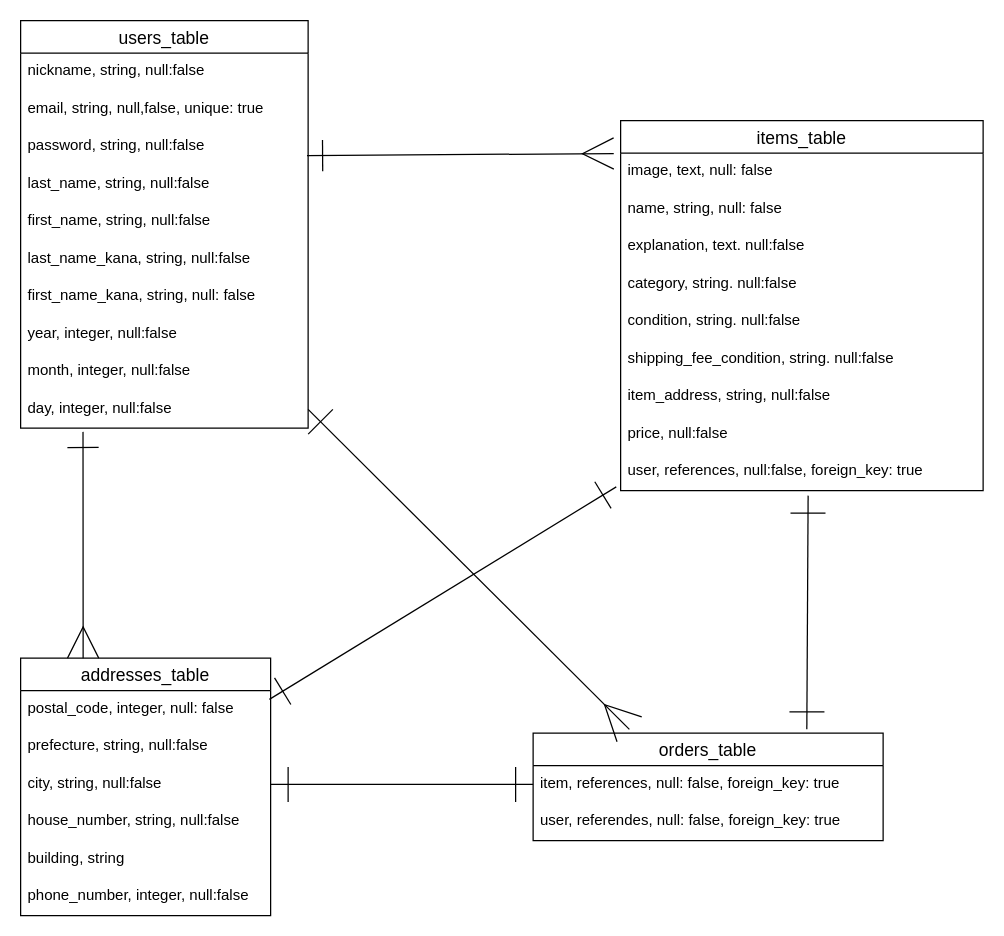
Before: database_config.dio in Shinichi-Sonoda/furima-37901, a draw.io diagram. Source tidied: cells renumbered, new cells numbered last; positions are measured from the earlier drawing's top-left corner, leaving out a move shared by most shapes. Both pictures are drawn from the tidied source at 125%, with x=0, y=0 at pixel (20, 20).
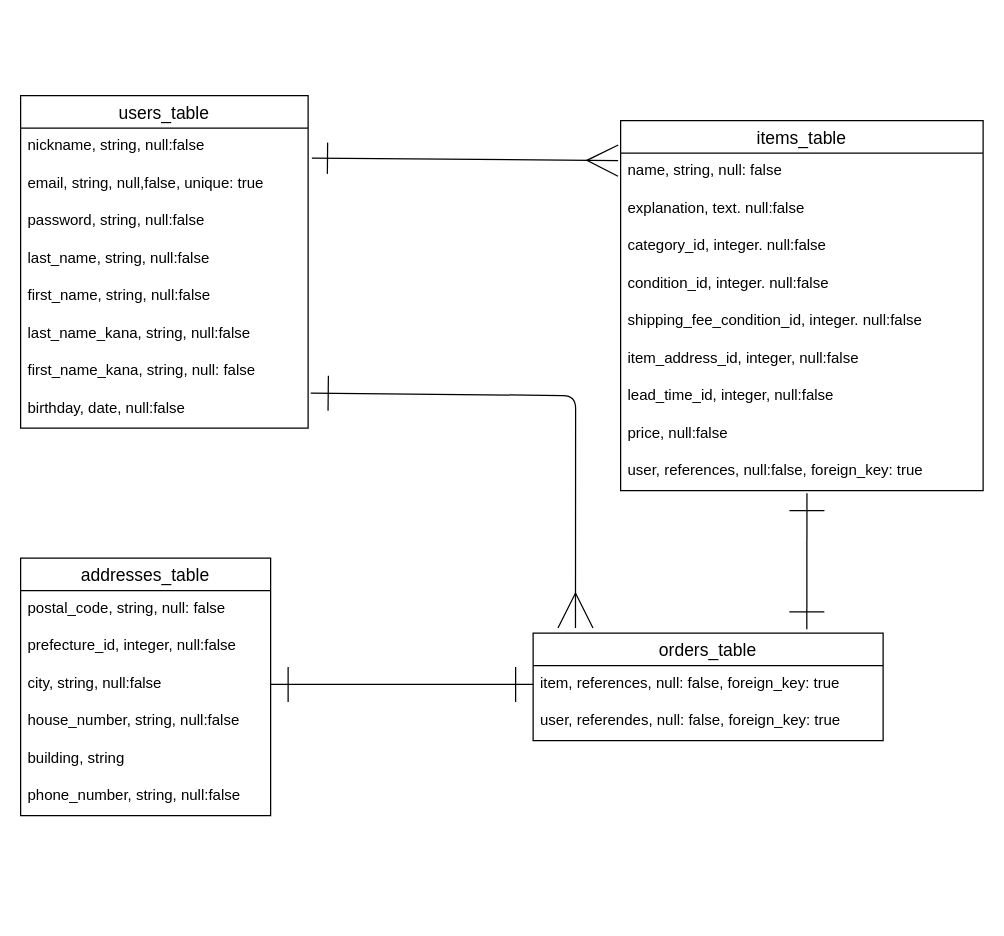
The same diagram, later.

Commit message (it also covers changes not shown here):
データベース設計再修正

Unchanged cells that the change refers to:
```xml
<mxCell id="5" value="password, string, null:false" style="text;strokeColor=none;fillColor=none;spacingLeft=4;spacingRight=4;overflow=hidden;points=[[0,0.5],[1,0.5]];portConstraint=eastwest;fontSize=12;" parent="2" vertex="1">
  <mxGeometry y="86" width="230" height="30" as="geometry" />
</mxCell>
<mxCell id="13" value="items_table" style="swimlane;fontStyle=0;horizontal=1;startSize=26;align=center;fontSize=14;labelBackgroundColor=default;" parent="1" vertex="1">
  <mxGeometry x="480" y="80" width="290" height="296" as="geometry" />
</mxCell>
<mxCell id="22" value="user, references, null:false, foreign_key: true" style="text;strokeColor=none;fillColor=none;spacingLeft=4;spacingRight=4;overflow=hidden;points=[[0,0.5],[1,0.5]];portConstraint=eastwest;fontSize=12;labelBackgroundColor=default;" parent="13" vertex="1">
  <mxGeometry y="266" width="290" height="30" as="geometry" />
</mxCell>
```

Diff of the diagram source:
```diff
@@
     <mxCell id="2" value="users_table" style="swimlane;fontStyle=0;horizontal=1;startSize=26;align=center;fontSize=14;labelBackgroundColor=default;" parent="1" vertex="1">
-      <mxGeometry width="230" height="326" as="geometry" />
+      <mxGeometry y="60" width="230" height="266" as="geometry" />
     </mxCell>
@@
-    <mxCell id="10" value="year, integer, null:false" style="text;strokeColor=none;fillColor=none;spacingLeft=4;spacingRight=4;overflow=hidden;points=[[0,0.5],[1,0.5]];portConstraint=eastwest;fontSize=12;" parent="2" vertex="1">
+    <mxCell id="10" value="birthday, date, null:false" style="text;strokeColor=none;fillColor=none;spacingLeft=4;spacingRight=4;overflow=hidden;points=[[0,0.5],[1,0.5]];portConstraint=eastwest;fontSize=12;" parent="2" vertex="1">
       <mxGeometry y="236" width="230" height="30" as="geometry" />
     </mxCell>
-    <mxCell id="11" value="month, integer, null:false" style="text;strokeColor=none;fillColor=none;spacingLeft=4;spacingRight=4;overflow=hidden;fontSize=12;" parent="2" vertex="1">
-      <mxGeometry y="266" width="230" height="30" as="geometry" />
-    </mxCell>
-    <mxCell id="12" value="day, integer, null:false" style="text;strokeColor=none;fillColor=none;spacingLeft=4;spacingRight=4;overflow=hidden;points=[[0,0.5],[1,0.5]];portConstraint=eastwest;fontSize=12;" parent="2" vertex="1">
-      <mxGeometry y="296" width="230" height="30" as="geometry" />
-    </mxCell>
@@
-    <mxCell id="14" value="image, text, null: false" style="text;strokeColor=none;fillColor=none;spacingLeft=4;spacingRight=4;overflow=hidden;fontSize=12;labelBackgroundColor=default;" parent="13" vertex="1">
-      <mxGeometry y="26" width="290" height="30" as="geometry" />
-    </mxCell>
     <mxCell id="15" value="name, string, null: false" style="text;strokeColor=none;fillColor=none;spacingLeft=4;spacingRight=4;overflow=hidden;fontSize=12;labelBackgroundColor=default;" parent="13" vertex="1">
-      <mxGeometry y="56" width="290" height="30" as="geometry" />
+      <mxGeometry y="26" width="290" height="30" as="geometry" />
     </mxCell>
     <mxCell id="16" value="explanation, text. null:false" style="text;strokeColor=none;fillColor=none;spacingLeft=4;spacingRight=4;overflow=hidden;fontSize=12;labelBackgroundColor=default;" parent="13" vertex="1">
-      <mxGeometry y="86" width="290" height="30" as="geometry" />
+      <mxGeometry y="56" width="290" height="30" as="geometry" />
     </mxCell>
-    <mxCell id="17" value="category, string. null:false" style="text;strokeColor=none;fillColor=none;spacingLeft=4;spacingRight=4;overflow=hidden;fontSize=12;labelBackgroundColor=default;" parent="13" vertex="1">
-      <mxGeometry y="116" width="290" height="30" as="geometry" />
+    <mxCell id="17" value="category_id, integer. null:false" style="text;strokeColor=none;fillColor=none;spacingLeft=4;spacingRight=4;overflow=hidden;fontSize=12;labelBackgroundColor=default;" parent="13" vertex="1">
+      <mxGeometry y="86" width="290" height="30" as="geometry" />
     </mxCell>
-    <mxCell id="18" value="condition, string. null:false" style="text;strokeColor=none;fillColor=none;spacingLeft=4;spacingRight=4;overflow=hidden;fontSize=12;labelBackgroundColor=default;" parent="13" vertex="1">
-      <mxGeometry y="146" width="290" height="30" as="geometry" />
+    <mxCell id="18" value="condition_id, integer. null:false" style="text;strokeColor=none;fillColor=none;spacingLeft=4;spacingRight=4;overflow=hidden;fontSize=12;labelBackgroundColor=default;" parent="13" vertex="1">
+      <mxGeometry y="116" width="290" height="30" as="geometry" />
     </mxCell>
-    <mxCell id="19" value="shipping_fee_condition, string. null:false" style="text;strokeColor=none;fillColor=none;spacingLeft=4;spacingRight=4;overflow=hidden;fontSize=12;labelBackgroundColor=default;" parent="13" vertex="1">
-      <mxGeometry y="176" width="290" height="30" as="geometry" />
+    <mxCell id="19" value="shipping_fee_condition_id, integer. null:false" style="text;strokeColor=none;fillColor=none;spacingLeft=4;spacingRight=4;overflow=hidden;fontSize=12;labelBackgroundColor=default;" parent="13" vertex="1">
+      <mxGeometry y="146" width="290" height="30" as="geometry" />
     </mxCell>
-    <mxCell id="20" value="item_address, string, null:false" style="text;strokeColor=none;fillColor=none;spacingLeft=4;spacingRight=4;overflow=hidden;fontSize=12;labelBackgroundColor=default;" parent="13" vertex="1">
-      <mxGeometry y="206" width="290" height="30" as="geometry" />
+    <mxCell id="20" value="item_address_id, integer, null:false" style="text;strokeColor=none;fillColor=none;spacingLeft=4;spacingRight=4;overflow=hidden;fontSize=12;labelBackgroundColor=default;" parent="13" vertex="1">
+      <mxGeometry y="176" width="290" height="30" as="geometry" />
     </mxCell>
+    <mxCell id="39" value="lead_time_id, integer, null:false" style="text;strokeColor=none;fillColor=none;spacingLeft=4;spacingRight=4;overflow=hidden;fontSize=12;labelBackgroundColor=default;" parent="13" vertex="1">
+      <mxGeometry y="206" width="290" height="30" as="geometry" />
+    </mxCell>
@@
     <mxCell id="23" value="addresses_table" style="swimlane;fontStyle=0;horizontal=1;startSize=26;align=center;fontSize=14;" parent="1" vertex="1">
-      <mxGeometry y="510" width="200" height="206" as="geometry" />
+      <mxGeometry y="430" width="200" height="206" as="geometry" />
     </mxCell>
-    <mxCell id="24" value="postal_code, integer, null: false" style="text;strokeColor=none;fillColor=none;spacingLeft=4;spacingRight=4;overflow=hidden;points=[[0,0.5],[1,0.5]];portConstraint=eastwest;fontSize=12;" parent="23" vertex="1">
+    <mxCell id="24" value="postal_code, string, null: false" style="text;strokeColor=none;fillColor=none;spacingLeft=4;spacingRight=4;overflow=hidden;points=[[0,0.5],[1,0.5]];portConstraint=eastwest;fontSize=12;" parent="23" vertex="1">
       <mxGeometry y="26" width="200" height="30" as="geometry" />
     </mxCell>
-    <mxCell id="25" value="prefecture, string, null:false" style="text;strokeColor=none;fillColor=none;spacingLeft=4;spacingRight=4;overflow=hidden;fontSize=12;" parent="23" vertex="1">
+    <mxCell id="25" value="prefecture_id, integer, null:false" style="text;strokeColor=none;fillColor=none;spacingLeft=4;spacingRight=4;overflow=hidden;fontSize=12;" parent="23" vertex="1">
       <mxGeometry y="56" width="200" height="30" as="geometry" />
     </mxCell>
@@
-    <mxCell id="29" value="phone_number, integer, null:false" style="text;strokeColor=none;fillColor=none;spacingLeft=4;spacingRight=4;overflow=hidden;fontSize=12;" parent="23" vertex="1">
+    <mxCell id="29" value="phone_number, string, null:false" style="text;strokeColor=none;fillColor=none;spacingLeft=4;spacingRight=4;overflow=hidden;fontSize=12;" parent="23" vertex="1">
       <mxGeometry y="176" width="200" height="30" as="geometry" />
     </mxCell>
-    <mxCell id="30" style="edgeStyle=none;html=1;entryX=-0.019;entryY=0.089;entryDx=0;entryDy=0;entryPerimeter=0;fontSize=20;endSize=23;rounded=0;endArrow=ERmany;endFill=0;startArrow=ERone;startFill=0;strokeWidth=1;startSize=23;exitX=0.996;exitY=0.733;exitDx=0;exitDy=0;exitPerimeter=0;" parent="1" edge="1" source="5" target="13">
-      <mxGeometry relative="1" as="geometry" />
+    <mxCell id="30" style="edgeStyle=none;html=1;fontSize=20;endSize=23;rounded=0;endArrow=ERmany;endFill=0;startArrow=ERone;startFill=0;strokeWidth=1;startSize=23;exitX=1.013;exitY=0.733;exitDx=0;exitDy=0;exitPerimeter=0;entryX=-0.007;entryY=0.2;entryDx=0;entryDy=0;entryPerimeter=0;" parent="1" edge="1">
+      <mxGeometry relative="1" as="geometry">
+        <mxPoint x="233" y="110" as="sourcePoint" />
+        <mxPoint x="478" y="112" as="targetPoint" />
+      </mxGeometry>
     </mxCell>
-    <mxCell id="31" style="edgeStyle=none;rounded=0;html=1;exitX=-0.012;exitY=0.9;exitDx=0;exitDy=0;fontSize=20;startArrow=ERone;startFill=0;endArrow=ERone;endFill=0;endSize=23;entryX=0.995;entryY=0.233;entryDx=0;entryDy=0;entryPerimeter=0;startSize=23;exitPerimeter=0;" parent="1" edge="1" source="22" target="24">
-      <mxGeometry relative="1" as="geometry" />
-    </mxCell>
-    <mxCell id="32" style="edgeStyle=none;rounded=0;html=1;entryX=0.25;entryY=0;entryDx=0;entryDy=0;fontSize=20;startArrow=ERone;startFill=0;endArrow=ERmany;endFill=0;startSize=23;endSize=23;strokeWidth=1;exitX=0.217;exitY=1.1;exitDx=0;exitDy=0;exitPerimeter=0;" parent="1" edge="1" source="12" target="23">
-      <mxGeometry relative="1" as="geometry">
-        <Array as="points">
-          <mxPoint x="50" y="476" />
-        </Array>
-      </mxGeometry>
-    </mxCell>
     <mxCell id="33" value="orders_table" style="swimlane;fontStyle=0;horizontal=1;startSize=26;align=center;fontSize=14;" parent="1" vertex="1">
-      <mxGeometry x="410" y="570" width="280" height="86" as="geometry" />
+      <mxGeometry x="410" y="490" width="280" height="86" as="geometry" />
     </mxCell>
@@
-    <mxCell id="36" style="edgeStyle=none;html=1;exitX=1;exitY=0.5;exitDx=0;exitDy=0;entryX=0.275;entryY=-0.035;entryDx=0;entryDy=0;entryPerimeter=0;endArrow=ERmany;endFill=0;endSize=26;startArrow=ERone;startFill=0;startSize=26;" parent="1" edge="1" source="12" target="33">
-      <mxGeometry relative="1" as="geometry" />
+    <mxCell id="36" style="edgeStyle=none;html=1;exitX=1.009;exitY=0.067;exitDx=0;exitDy=0;endArrow=ERmany;endFill=0;endSize=26;startArrow=ERone;startFill=0;startSize=26;exitPerimeter=0;entryX=0.121;entryY=-0.047;entryDx=0;entryDy=0;entryPerimeter=0;" parent="1" edge="1" source="10" target="33">
+      <mxGeometry relative="1" as="geometry">
+        <Array as="points">
+          <mxPoint x="444" y="300" />
+        </Array>
+      </mxGeometry>
     </mxCell>
-    <mxCell id="37" style="edgeStyle=none;html=1;startArrow=ERone;startFill=0;endArrow=ERone;endFill=0;endSize=26;strokeWidth=1;entryX=0.782;entryY=-0.035;entryDx=0;entryDy=0;entryPerimeter=0;startSize=26;" parent="1" edge="1" target="33">
-      <mxGeometry relative="1" as="geometry">
-        <mxPoint x="630" y="380" as="sourcePoint" />
-      </mxGeometry>
+    <mxCell id="37" style="edgeStyle=none;html=1;startArrow=ERone;startFill=0;endArrow=ERone;endFill=0;endSize=26;strokeWidth=1;entryX=0.782;entryY=-0.035;entryDx=0;entryDy=0;entryPerimeter=0;startSize=26;exitX=0.514;exitY=1.067;exitDx=0;exitDy=0;exitPerimeter=0;" parent="1" edge="1" source="22" target="33">
+      <mxGeometry relative="1" as="geometry" />
     </mxCell>
```
